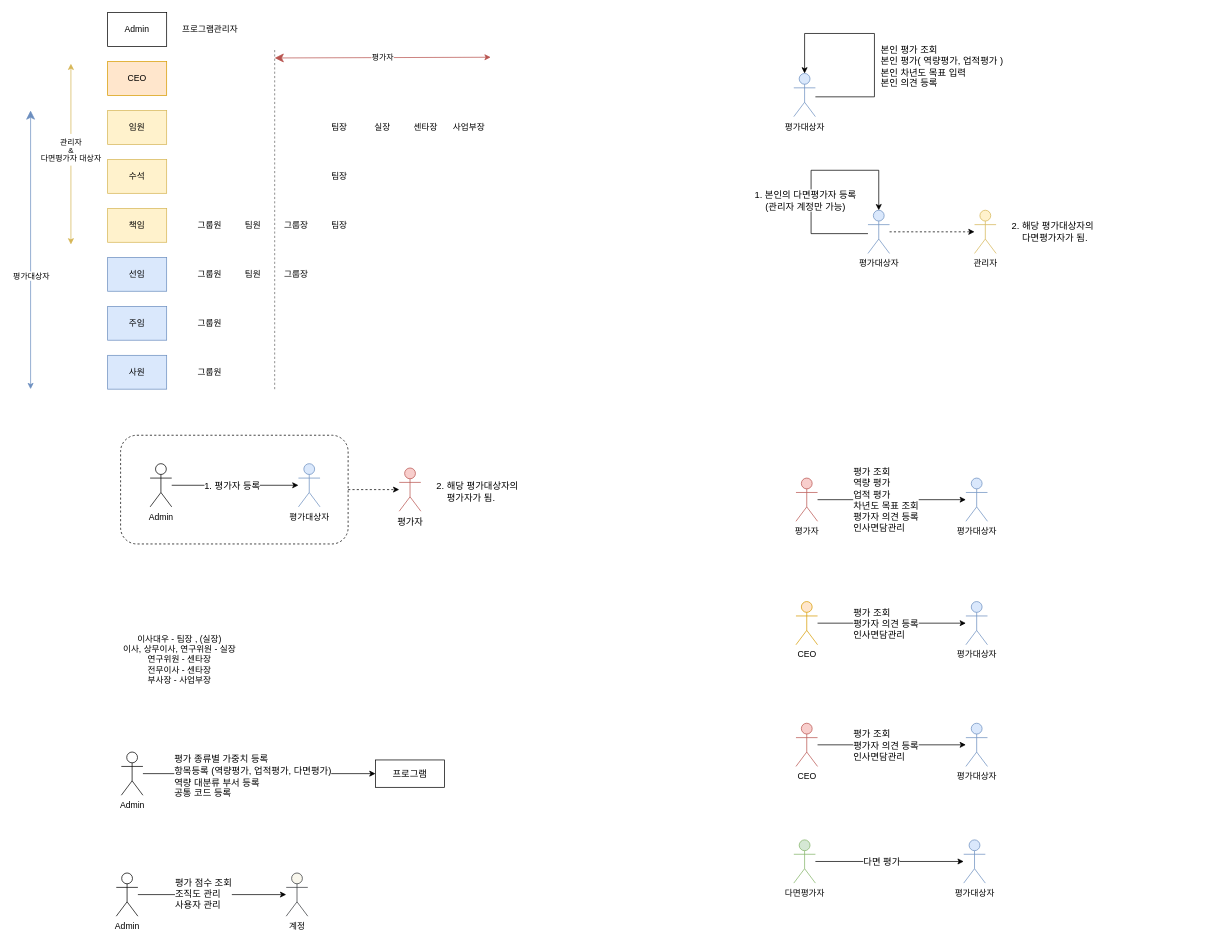
Above: insa.drawio in je-pa/draw (draw.io), before the change. Source tidied: cells renumbered, new cells numbered last; positions are measured from the earlier drawing's top-left corner, leaving out a move shared by most shapes. Both pictures are drawn from the tidied source at 72%, with x=0, y=0 at pixel (30, 12).
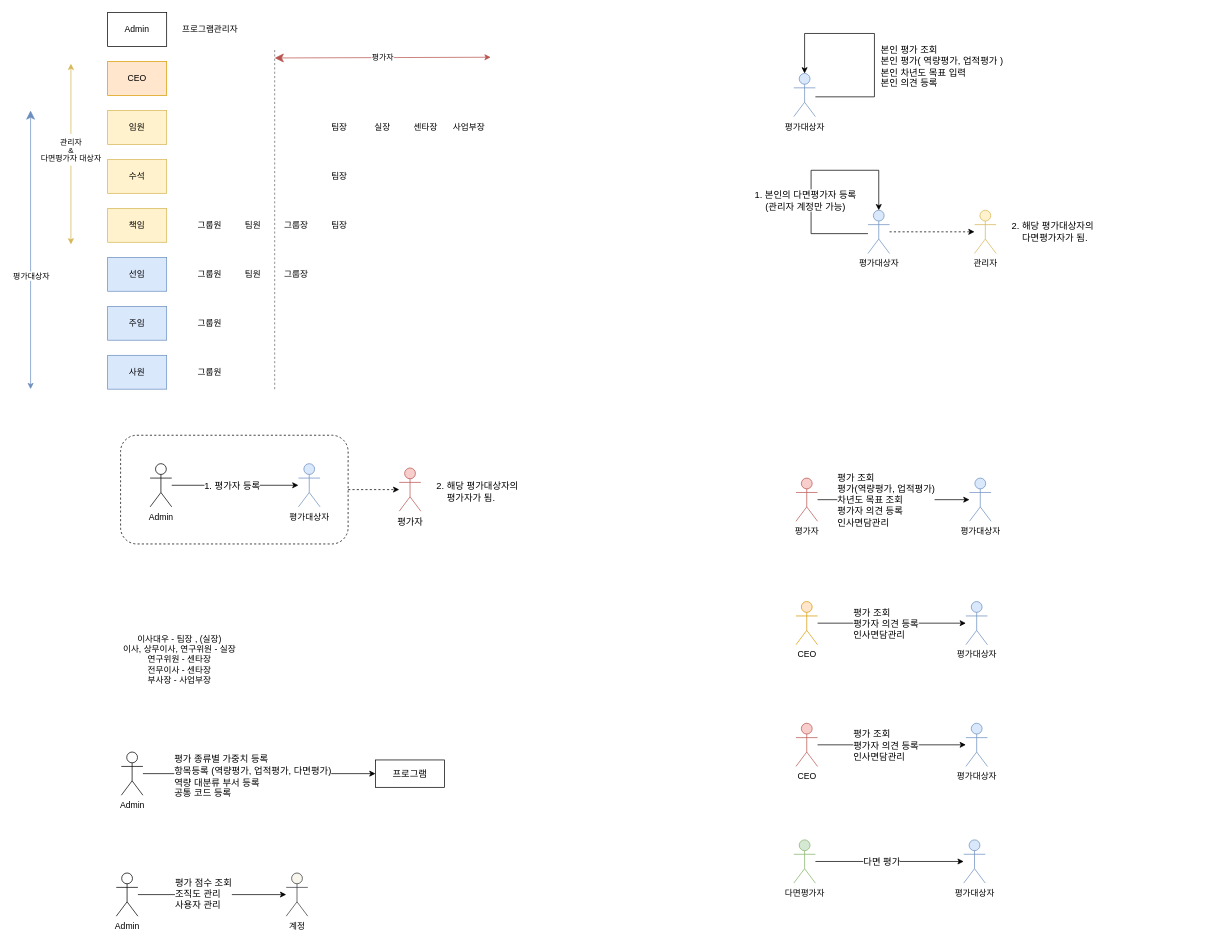
After the change.

The change refers to these unchanged cells:
```xml
<mxCell id="38" style="edgeStyle=orthogonalEdgeStyle;rounded=0;jettySize=auto;html=1;startSize=10;" parent="1" edge="1" source="40" target="41">
  <mxGeometry relative="1" as="geometry" />
</mxCell>
```

Diff of the diagram source:
```diff
@@
-    <mxCell id="39" value="평가 조회&lt;br&gt;역량 평가&lt;br&gt;업적 평가&lt;br&gt;차년도 목표 조회&lt;br&gt;평가자 의견 등록&lt;br&gt;인사면담관리" style="edgeLabel;html=1;align=left;verticalAlign=middle;fontSize=13;fontFamily=Helvetica;" parent="38" vertex="1">
+    <mxCell id="39" value="평가 조회&lt;br&gt;평가(역량평가, 업적평가)&lt;br&gt;차년도 목표 조회&lt;br&gt;평가자 의견 등록&lt;br&gt;인사면담관리" style="edgeLabel;html=1;align=left;verticalAlign=middle;fontSize=13;fontFamily=Helvetica;" parent="38" vertex="1">
       <mxGeometry x="0.08" y="-2" relative="1" as="geometry">
-        <mxPoint x="-63" y="-2" as="offset" />
+        <mxPoint x="-88" y="-2" as="offset" />
       </mxGeometry>
     </mxCell>
@@
     <mxCell id="41" value="평가대상자" style="shape=umlActor;verticalLabelPosition=bottom;verticalAlign=top;html=1;outlineConnect=0;fillColor=#dae8fc;strokeColor=#6c8ebf;" parent="1" vertex="1">
-      <mxGeometry x="1299" y="646.5" width="30" height="60" as="geometry" />
+      <mxGeometry x="1304" y="646.5" width="30" height="60" as="geometry" />
     </mxCell>
```
